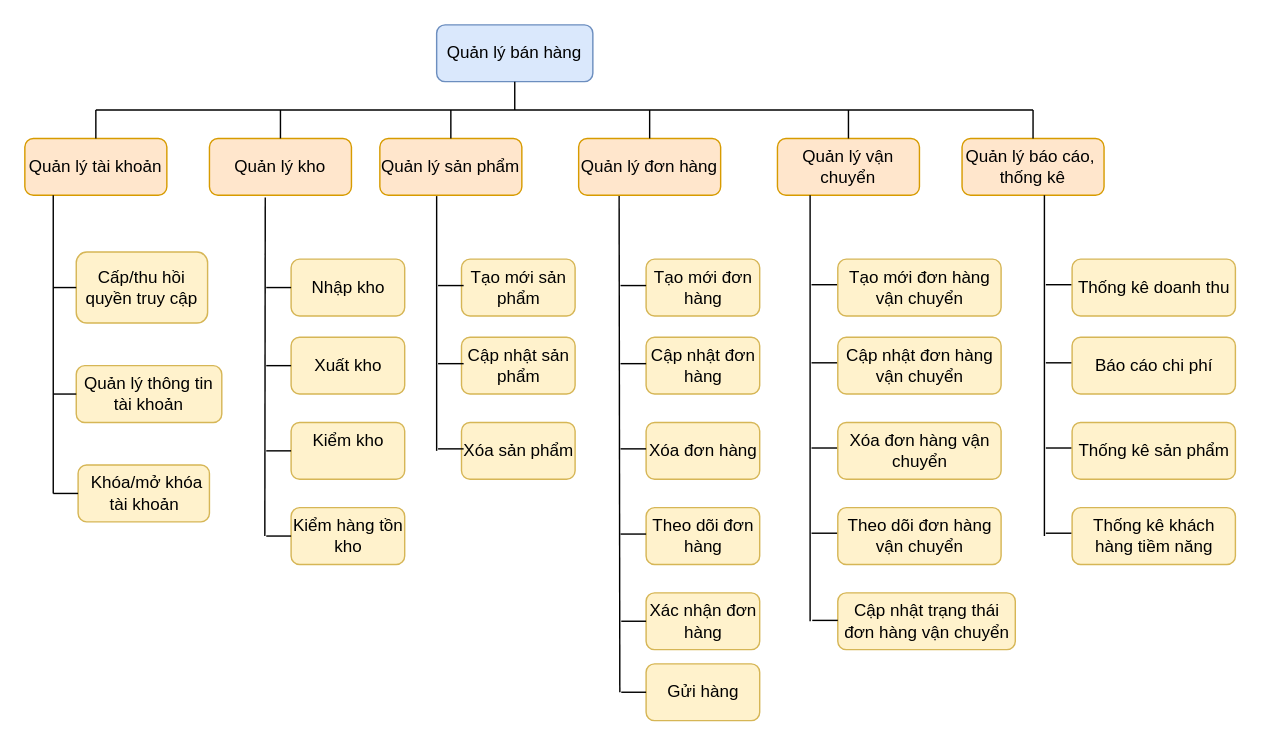
Above: page "Page-1" (1 of 3) of Sơ đồ 303 đồ án 1.drawio in DangNgocDuong250903/DoAn (draw.io), before the change. Source tidied: cells renumbered, new cells numbered last; positions are measured from the earlier drawing's top-left corner, leaving out a move shared by most shapes. Both pictures are drawn from the tidied source at 142%, with x=0, y=0 at pixel (24, 24).
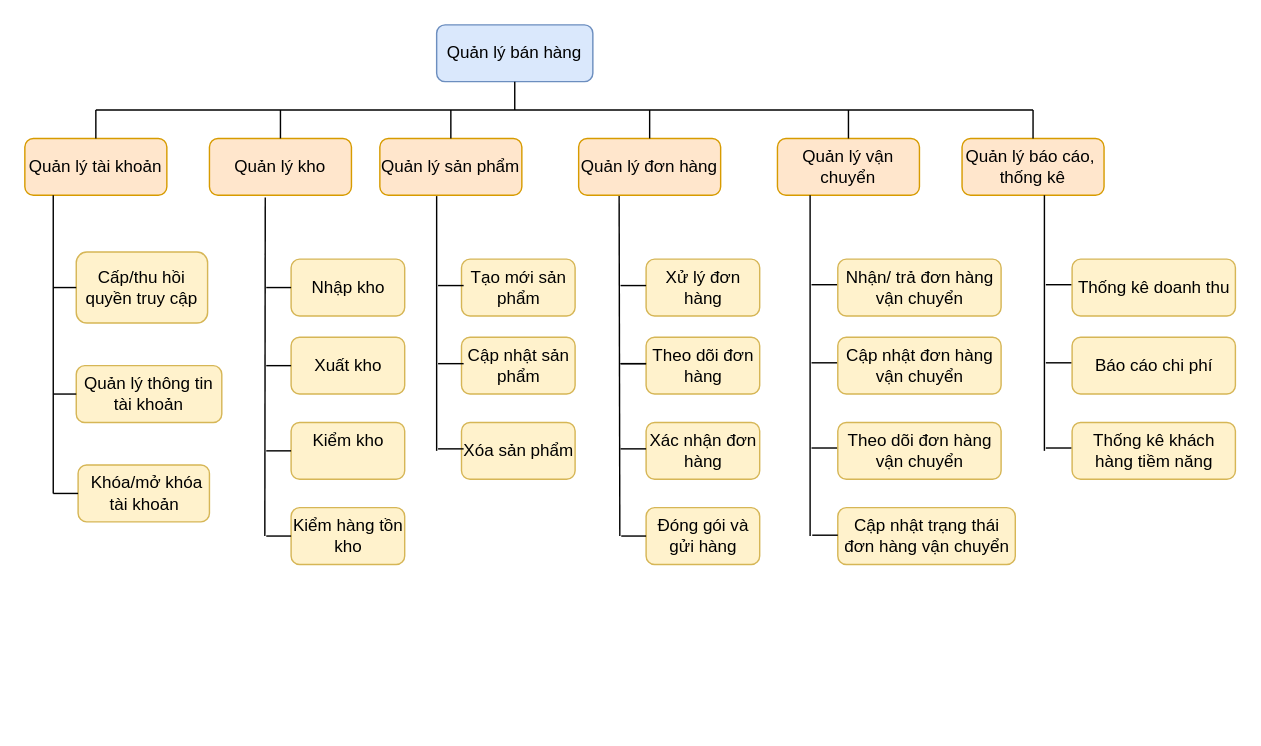
The same page after the edit.

The edit, as a diff of the source:
```diff
@@
-    <mxCell id="19" value="Tạo mới đơn hàng" style="rounded=1;whiteSpace=wrap;html=1;fillColor=#fff2cc;strokeColor=#d6b656;" parent="1" vertex="1">
+    <mxCell id="19" value="Xử lý đơn hàng" style="rounded=1;whiteSpace=wrap;html=1;fillColor=#fff2cc;strokeColor=#d6b656;" parent="1" vertex="1">
       <mxGeometry x="437.5" y="165" width="80" height="40" as="geometry" />
     </mxCell>
-    <mxCell id="20" value="Cập nhật đơn hàng" style="rounded=1;whiteSpace=wrap;html=1;fillColor=#fff2cc;strokeColor=#d6b656;" parent="1" vertex="1">
-      <mxGeometry x="437.5" y="220" width="80" height="40" as="geometry" />
-    </mxCell>
-    <mxCell id="21" value="Xóa đơn hàng" style="rounded=1;whiteSpace=wrap;html=1;fillColor=#fff2cc;strokeColor=#d6b656;" parent="1" vertex="1">
-      <mxGeometry x="437.5" y="280" width="80" height="40" as="geometry" />
-    </mxCell>
     <mxCell id="22" value="Theo dõi đơn hàng" style="rounded=1;whiteSpace=wrap;html=1;fillColor=#fff2cc;strokeColor=#d6b656;" parent="1" vertex="1">
-      <mxGeometry x="437.5" y="340" width="80" height="40" as="geometry" />
+      <mxGeometry x="437.5" y="220" width="80" height="40" as="geometry" />
     </mxCell>
     <mxCell id="23" value="Xác nhận đơn hàng" style="rounded=1;whiteSpace=wrap;html=1;fillColor=#fff2cc;strokeColor=#d6b656;" parent="1" vertex="1">
-      <mxGeometry x="437.5" y="400" width="80" height="40" as="geometry" />
+      <mxGeometry x="437.5" y="280" width="80" height="40" as="geometry" />
     </mxCell>
-    <mxCell id="24" value="Gửi hàng" style="rounded=1;whiteSpace=wrap;html=1;fillColor=#fff2cc;strokeColor=#d6b656;" parent="1" vertex="1">
-      <mxGeometry x="437.5" y="450" width="80" height="40" as="geometry" />
+    <mxCell id="24" value="Đóng gói và gửi hàng" style="rounded=1;whiteSpace=wrap;html=1;fillColor=#fff2cc;strokeColor=#d6b656;" parent="1" vertex="1">
+      <mxGeometry x="437.5" y="340" width="80" height="40" as="geometry" />
     </mxCell>
-    <mxCell id="25" value="Tạo mới đơn hàng vận chuyển" style="rounded=1;whiteSpace=wrap;html=1;fillColor=#fff2cc;strokeColor=#d6b656;" parent="1" vertex="1">
+    <mxCell id="25" value="Nhận/ trả đơn hàng vận chuyển" style="rounded=1;whiteSpace=wrap;html=1;fillColor=#fff2cc;strokeColor=#d6b656;" parent="1" vertex="1">
       <mxGeometry x="572.5" y="165" width="115" height="40" as="geometry" />
     </mxCell>
@@
-    <mxCell id="27" value="Xóa đơn hàng vận chuyển" style="rounded=1;whiteSpace=wrap;html=1;fillColor=#fff2cc;strokeColor=#d6b656;" parent="1" vertex="1">
-      <mxGeometry x="572.5" y="280" width="115" height="40" as="geometry" />
-    </mxCell>
     <mxCell id="28" value="Theo dõi đơn hàng vận chuyển" style="rounded=1;whiteSpace=wrap;html=1;fillColor=#fff2cc;strokeColor=#d6b656;" parent="1" vertex="1">
-      <mxGeometry x="572.5" y="340" width="115" height="40" as="geometry" />
+      <mxGeometry x="572.5" y="280" width="115" height="40" as="geometry" />
     </mxCell>
     <mxCell id="29" value="Cập nhật trạng thái đơn hàng vận chuyển" style="rounded=1;whiteSpace=wrap;html=1;fillColor=#fff2cc;strokeColor=#d6b656;" parent="1" vertex="1">
-      <mxGeometry x="572.5" y="400" width="125" height="40" as="geometry" />
+      <mxGeometry x="572.5" y="340" width="125" height="40" as="geometry" />
     </mxCell>
@@
-    <mxCell id="32" value="Thống kê sản phẩm" style="rounded=1;whiteSpace=wrap;html=1;fillColor=#fff2cc;strokeColor=#d6b656;" parent="1" vertex="1">
-      <mxGeometry x="737.5" y="280" width="115" height="40" as="geometry" />
-    </mxCell>
     <mxCell id="33" value="Thống kê khách hàng tiềm năng" style="rounded=1;whiteSpace=wrap;html=1;fillColor=#fff2cc;strokeColor=#d6b656;" parent="1" vertex="1">
-      <mxGeometry x="737.5" y="340" width="115" height="40" as="geometry" />
+      <mxGeometry x="737.5" y="280" width="115" height="40" as="geometry" />
     </mxCell>
@@
     <mxCell id="55" style="endArrow=none;html=1;rounded=0;entryX=0.393;entryY=1.038;entryDx=0;entryDy=0;entryPerimeter=0;" parent="1" edge="1">
       <mxGeometry relative="1" as="geometry">
-        <mxPoint x="419" y="470" as="sourcePoint" />
+        <mxPoint x="419" y="360" as="sourcePoint" />
         <mxPoint x="418.5" y="120.6" as="targetPoint" />
       </mxGeometry>
     </mxCell>
@@
     <mxCell id="58" style="endArrow=none;html=1;rounded=0;entryX=0;entryY=0.5;entryDx=0;entryDy=0;" parent="1" edge="1">
       <mxGeometry relative="1" as="geometry">
-        <mxPoint x="419.5" y="298.6" as="sourcePoint" />
-        <mxPoint x="437.5" y="298.6" as="targetPoint" />
+        <mxPoint x="419.5" y="238.6" as="sourcePoint" />
+        <mxPoint x="437.5" y="238.6" as="targetPoint" />
       </mxGeometry>
     </mxCell>
     <mxCell id="59" style="endArrow=none;html=1;rounded=0;entryX=0;entryY=0.5;entryDx=0;entryDy=0;" parent="1" edge="1">
       <mxGeometry relative="1" as="geometry">
-        <mxPoint x="419.5" y="358.6" as="sourcePoint" />
-        <mxPoint x="437.5" y="358.6" as="targetPoint" />
+        <mxPoint x="419.5" y="298.6" as="sourcePoint" />
+        <mxPoint x="437.5" y="298.6" as="targetPoint" />
       </mxGeometry>
     </mxCell>
     <mxCell id="60" style="endArrow=none;html=1;rounded=0;entryX=0;entryY=0.5;entryDx=0;entryDy=0;" parent="1" edge="1" target="24">
       <mxGeometry relative="1" as="geometry">
-        <mxPoint x="420" y="470" as="sourcePoint" />
+        <mxPoint x="420" y="360" as="sourcePoint" />
       </mxGeometry>
     </mxCell>
-    <mxCell id="61" style="endArrow=none;html=1;rounded=0;entryX=0;entryY=0.5;entryDx=0;entryDy=0;" parent="1" edge="1" target="23">
-      <mxGeometry relative="1" as="geometry">
-        <mxPoint x="420" y="420" as="sourcePoint" />
-      </mxGeometry>
-    </mxCell>
     <mxCell id="62" style="endArrow=none;html=1;rounded=0;entryX=0.393;entryY=1.038;entryDx=0;entryDy=0;entryPerimeter=0;" parent="1" edge="1">
       <mxGeometry relative="1" as="geometry">
-        <mxPoint x="553" y="420" as="sourcePoint" />
+        <mxPoint x="553" y="360" as="sourcePoint" />
         <mxPoint x="553" y="120" as="targetPoint" />
       </mxGeometry>
     </mxCell>
@@
-    <mxCell id="65" style="endArrow=none;html=1;rounded=0;entryX=0;entryY=0.5;entryDx=0;entryDy=0;" parent="1" edge="1">
-      <mxGeometry relative="1" as="geometry">
-        <mxPoint x="554" y="298" as="sourcePoint" />
-        <mxPoint x="572" y="298" as="targetPoint" />
-      </mxGeometry>
-    </mxCell>
     <mxCell id="66" style="endArrow=none;html=1;rounded=0;entryX=0;entryY=0.5;entryDx=0;entryDy=0;" parent="1" edge="1">
       <mxGeometry relative="1" as="geometry">
-        <mxPoint x="554" y="358" as="sourcePoint" />
-        <mxPoint x="572" y="358" as="targetPoint" />
+        <mxPoint x="554" y="298" as="sourcePoint" />
+        <mxPoint x="572" y="298" as="targetPoint" />
       </mxGeometry>
     </mxCell>
     <mxCell id="67" style="endArrow=none;html=1;rounded=0;entryX=0;entryY=0.5;entryDx=0;entryDy=0;" parent="1" edge="1">
       <mxGeometry relative="1" as="geometry">
-        <mxPoint x="554.5" y="419.4" as="sourcePoint" />
-        <mxPoint x="572.5" y="419.4" as="targetPoint" />
+        <mxPoint x="554.5" y="359.4" as="sourcePoint" />
+        <mxPoint x="572.5" y="359.4" as="targetPoint" />
       </mxGeometry>
     </mxCell>
     <mxCell id="68" style="endArrow=none;html=1;rounded=0;entryX=0.393;entryY=1.038;entryDx=0;entryDy=0;entryPerimeter=0;" parent="1" edge="1">
       <mxGeometry relative="1" as="geometry">
-        <mxPoint x="718" y="360" as="sourcePoint" />
+        <mxPoint x="718" y="300" as="sourcePoint" />
         <mxPoint x="718" y="120" as="targetPoint" />
       </mxGeometry>
     </mxCell>
@@
-    <mxCell id="72" style="endArrow=none;html=1;rounded=0;entryX=0;entryY=0.5;entryDx=0;entryDy=0;" parent="1" edge="1">
-      <mxGeometry relative="1" as="geometry">
-        <mxPoint x="719" y="358" as="sourcePoint" />
-        <mxPoint x="737" y="358" as="targetPoint" />
-      </mxGeometry>
-    </mxCell>
```
